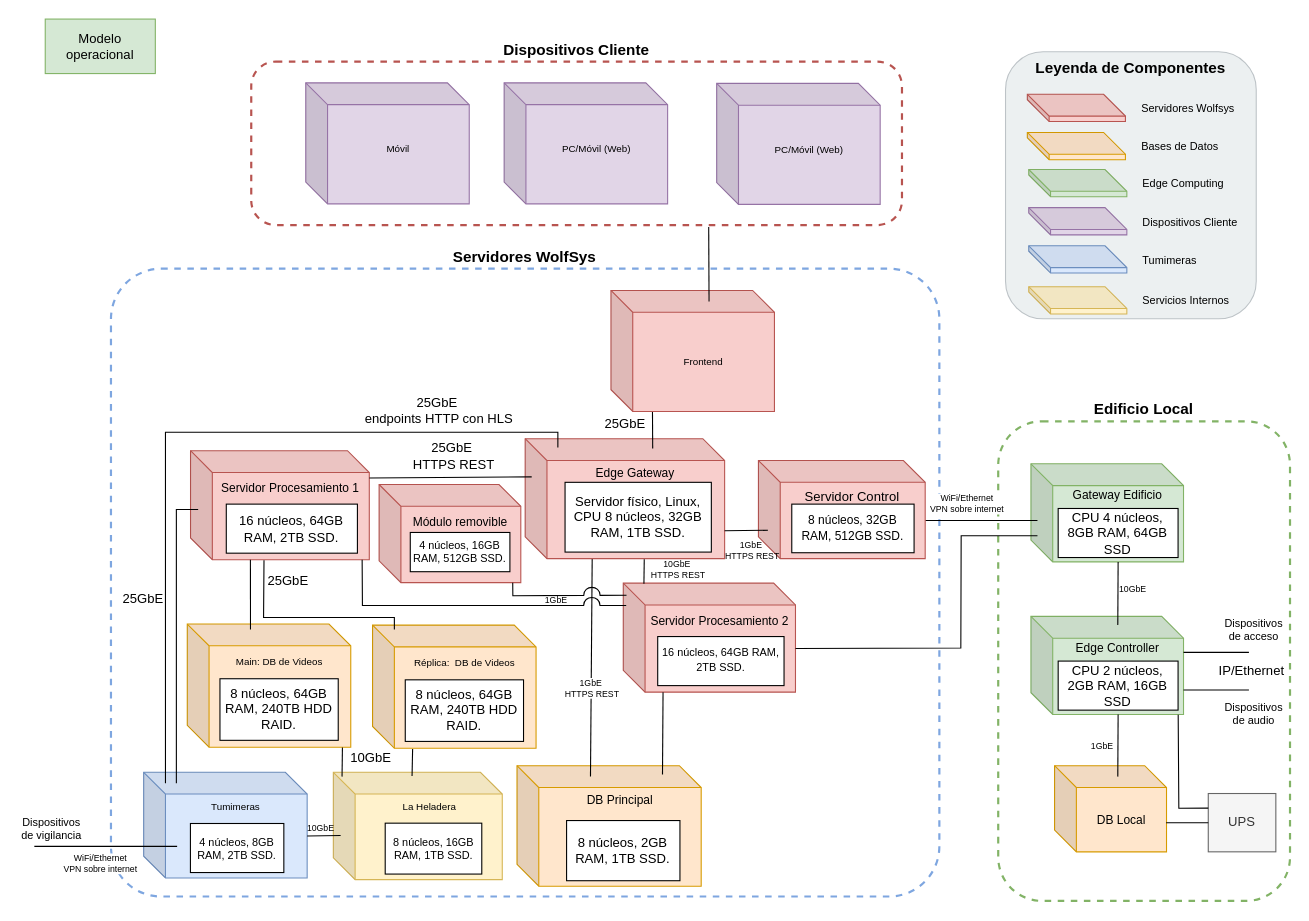
The draw.io diagram Documentación de la arquitectura/Diagramas/Editables-drawio/Modelo-operacional.drawio in LIMoreno04/Caso-de-estudio---WolfSys---Arquitectura, before the edit. Source tidied: cells renumbered, new cells numbered last; positions are measured from the earlier drawing's top-left corner, leaving out a move shared by most shapes. Both pictures are drawn from the tidied source at 109%, with x=0, y=0 at pixel (19, 19).
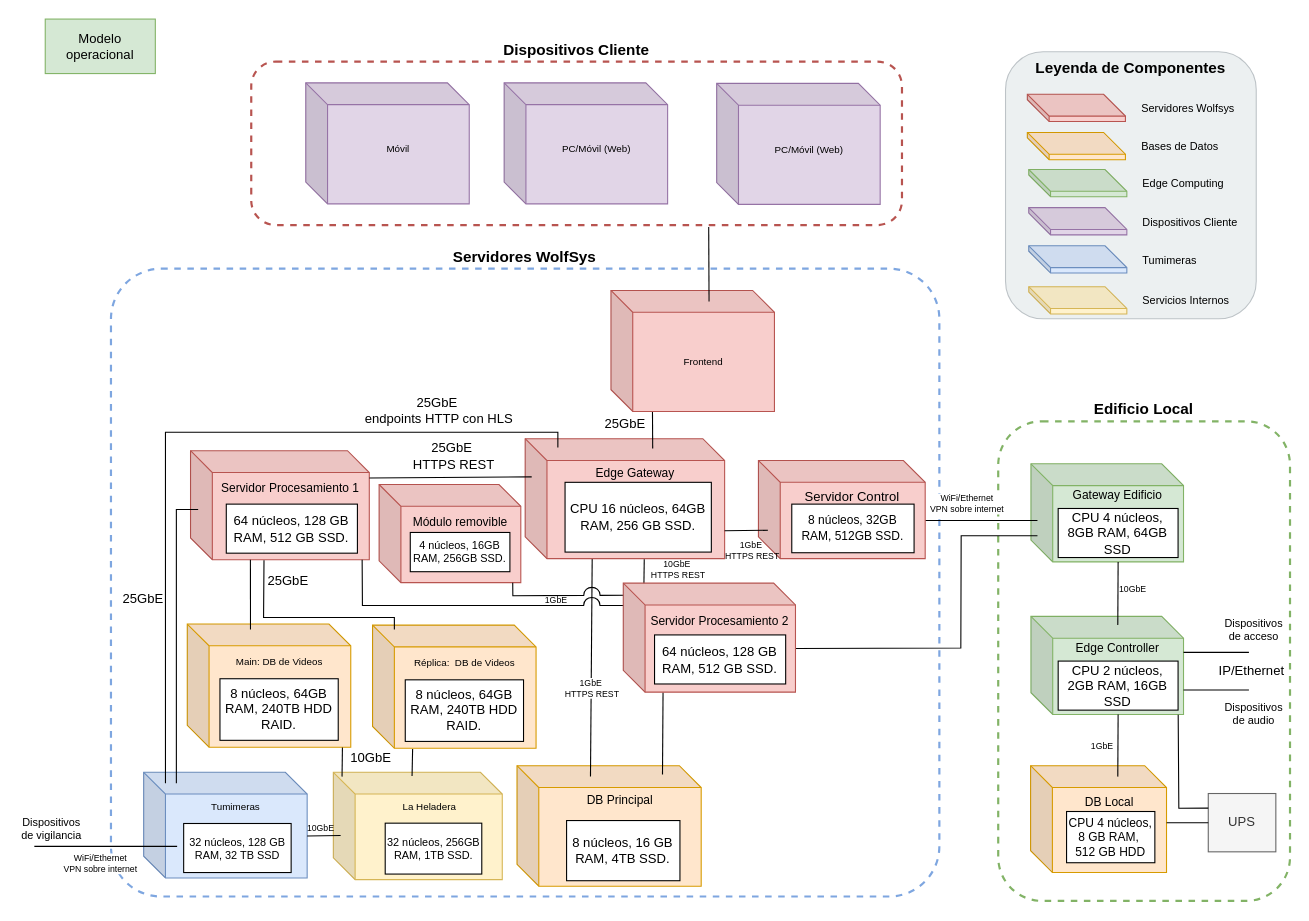
The same diagram, later.

Commit message (it also covers changes not shown here):
cambiado el modelo operacional

The change refers to these unchanged cells:
```xml
<mxCell id="22" style="group;" parent="21" vertex="1">
  <mxGeometry width="169" height="110.5" as="geometry" />
</mxCell>
<mxCell id="32" style="group;" parent="1" vertex="1">
  <mxGeometry x="114.3" y="691" width="150" height="97" as="geometry" />
</mxCell>
<mxCell id="38" style="group;align=center;verticalAlign=middle;" parent="1" vertex="1">
  <mxGeometry x="157.3" y="396" width="164" height="100" as="geometry" />
</mxCell>
<mxCell id="41" style="group;" parent="1" vertex="1">
  <mxGeometry x="464.3" y="395" width="183" height="100" as="geometry" />
</mxCell>
<mxCell id="44" style="group;" parent="1" vertex="1">
  <mxGeometry x="330.3" y="427" width="140" height="90" as="geometry" />
</mxCell>
<mxCell id="55" style="group;" parent="1" vertex="1">
  <mxGeometry x="288.3" y="691" width="155" height="98.5" as="geometry" />
</mxCell>
<mxCell id="103" value="UPS" style="rounded=0;whiteSpace=wrap;html=1;fillColor=#f5f5f5;fontColor=#333333;strokeColor=#666666;" parent="1" vertex="1">
  <mxGeometry x="1091" y="710.5" width="62" height="53.5" as="geometry" />
</mxCell>
```

Change to the diagram source:
```diff
@@
     <mxCell id="15" style="group;" parent="1" vertex="1">
-      <mxGeometry x="950" y="685" width="102.7" height="79" as="geometry" />
+      <mxGeometry x="921" y="685" width="131.7" height="98" as="geometry" />
     </mxCell>
-    <mxCell id="16" value="DB Local" style="shape=cube;whiteSpace=wrap;html=1;boundedLbl=1;backgroundOutline=1;darkOpacity=0.05;darkOpacity2=0.1;fillColor=#ffe6cc;strokeColor=#d79b00;fontSize=11;fontStyle=0;" parent="15" vertex="1">
-      <mxGeometry width="102.7" height="79" as="geometry" />
+    <mxCell id="16" value="DB Local" style="shape=cube;whiteSpace=wrap;html=1;boundedLbl=1;backgroundOutline=1;darkOpacity=0.05;darkOpacity2=0.1;fillColor=#ffe6cc;strokeColor=#d79b00;fontSize=11;fontStyle=0;verticalAlign=top;" parent="15" vertex="1">
+      <mxGeometry x="7" width="124.7" height="98" as="geometry" />
     </mxCell>
+    <mxCell id="106" value="CPU 4 núcleos, 8 GB RAM,&amp;nbsp; 512 GB HDD" style="rounded=0;whiteSpace=wrap;html=1;fontSize=11;" parent="15" vertex="1">
+      <mxGeometry x="40" y="42" width="81" height="47" as="geometry" />
+    </mxCell>
@@
-    <mxCell id="24" value="&lt;span&gt;8 núcleos, 2GB RAM, 1TB SSD.&lt;/span&gt;" style="rounded=0;whiteSpace=wrap;html=1;fontSize=12;" parent="22" vertex="1">
+    <mxCell id="24" value="&lt;span&gt;8 núcleos, 16 GB RAM, 4TB SSD.&lt;/span&gt;" style="rounded=0;whiteSpace=wrap;html=1;fontSize=12;" parent="22" vertex="1">
       <mxGeometry x="45.5" y="50.3" width="104" height="55.2" as="geometry" />
     </mxCell>
@@
-    <mxCell id="26" style="group;" parent="1" vertex="1">
-      <mxGeometry x="554.3" y="517.5" width="158" height="100" as="geometry" />
-    </mxCell>
-    <mxCell id="27" value="Servidor Procesamiento 2&lt;br&gt;&lt;br&gt;&lt;div&gt;&lt;br&gt;&lt;/div&gt;&lt;div&gt;&lt;br&gt;&lt;/div&gt;&lt;div&gt;&lt;br&gt;&lt;/div&gt;" style="shape=cube;whiteSpace=wrap;html=1;boundedLbl=1;backgroundOutline=1;darkOpacity=0.05;darkOpacity2=0.1;fillColor=#f8cecc;strokeColor=#b85450;fontSize=11;fontStyle=0;" parent="26" vertex="1">
-      <mxGeometry width="158" height="100" as="geometry" />
-    </mxCell>
-    <mxCell id="28" value="&lt;span style=&quot;font-size: 10px;&quot;&gt;16 núcleos, 64GB RAM, 2TB SSD.&lt;/span&gt;" style="rounded=0;whiteSpace=wrap;html=1;verticalAlign=top;" parent="26" vertex="1">
-      <mxGeometry x="31.6" y="49" width="115.9" height="45" as="geometry" />
-    </mxCell>
@@
-    <mxCell id="34" value="&lt;span style=&quot;font-size: 10px;&quot;&gt;4 núcleos, 8GB RAM, 2TB SSD.&lt;/span&gt;" style="rounded=0;whiteSpace=wrap;html=1;fontSize=9;" parent="32" vertex="1">
-      <mxGeometry x="42.9" y="47" width="85.7" height="45" as="geometry" />
+    <mxCell id="34" value="&lt;span style=&quot;font-size: 10px;&quot;&gt;32 núcleos, 128 GB RAM, 32 TB SSD&lt;/span&gt;" style="rounded=0;whiteSpace=wrap;html=1;fontSize=9;" parent="32" vertex="1">
+      <mxGeometry x="36.7" y="47" width="98.6" height="45" as="geometry" />
     </mxCell>
@@
-    <mxCell id="40" value="&lt;font style=&quot;font-size: 12px;&quot;&gt;16 núcleos, 64GB RAM, 2TB SSD.&lt;/font&gt;" style="rounded=0;whiteSpace=wrap;html=1;verticalAlign=middle;fontSize=10;spacing=0;align=center;" parent="38" vertex="1">
+    <mxCell id="40" value="&lt;font style=&quot;font-size: 12px;&quot;&gt;64 núcleos, 128 GB RAM, 512 GB SSD.&lt;/font&gt;" style="rounded=0;whiteSpace=wrap;html=1;verticalAlign=middle;fontSize=10;spacing=0;align=center;" parent="38" vertex="1">
       <mxGeometry x="32.8" y="49" width="120.3" height="45" as="geometry" />
     </mxCell>
@@
-    <mxCell id="43" value="&lt;font style=&quot;font-size: 12px;&quot;&gt;Servidor físico,&amp;nbsp;&lt;span style=&quot;background-color: transparent; color: light-dark(rgb(0, 0, 0), rgb(255, 255, 255));&quot;&gt;Linux, CPU 8 núcleos, 32GB RAM, 1TB SSD.&lt;/span&gt;&lt;/font&gt;" style="rounded=0;whiteSpace=wrap;html=1;fontSize=10;" parent="41" vertex="1">
+    <mxCell id="43" value="&lt;font style=&quot;font-size: 12px;&quot;&gt;&lt;span style=&quot;background-color: transparent; color: light-dark(rgb(0, 0, 0), rgb(255, 255, 255));&quot;&gt;CPU 16 núcleos, 64GB RAM, 256 GB SSD.&lt;/span&gt;&lt;/font&gt;" style="rounded=0;whiteSpace=wrap;html=1;fontSize=10;" parent="41" vertex="1">
       <mxGeometry x="36.6" y="30" width="134.2" height="64" as="geometry" />
     </mxCell>
@@
-    <mxCell id="46" value="4 núcleos, 16GB RAM, 512GB SSD." style="rounded=0;whiteSpace=wrap;html=1;verticalAlign=middle;fontSize=10;" parent="44" vertex="1">
+    <mxCell id="46" value="4 núcleos, 16GB RAM, 256GB SSD." style="rounded=0;whiteSpace=wrap;html=1;verticalAlign=middle;fontSize=10;" parent="44" vertex="1">
       <mxGeometry x="28.6" y="44" width="91.4" height="36" as="geometry" />
     </mxCell>
@@
-    <mxCell id="57" value="&lt;span style=&quot;font-size: 10px;&quot;&gt;8 núcleos, 16GB RAM, 1TB SSD.&lt;/span&gt;" style="rounded=0;whiteSpace=wrap;html=1;fontSize=9;" parent="55" vertex="1">
+    <mxCell id="57" value="&lt;span style=&quot;font-size: 10px;&quot;&gt;32 núcleos, 256GB RAM, 1TB SSD.&lt;/span&gt;" style="rounded=0;whiteSpace=wrap;html=1;fontSize=9;" parent="55" vertex="1">
       <mxGeometry x="47.6" y="46.7" width="88.6" height="46.7" as="geometry" />
     </mxCell>
@@
-    <mxCell id="105" style="endArrow=none;html=1;rounded=0;exitX=0.997;exitY=0.663;exitDx=0;exitDy=0;exitPerimeter=0;entryX=0;entryY=0.5;entryDx=0;entryDy=0;" parent="1" edge="1" source="16" target="103">
+    <mxCell id="105" style="endArrow=none;html=1;rounded=0;exitX=1.001;exitY=0.534;exitDx=0;exitDy=0;exitPerimeter=0;entryX=0;entryY=0.5;entryDx=0;entryDy=0;" parent="1" edge="1" source="16" target="103">
       <mxGeometry relative="1" as="geometry" />
     </mxCell>
+    <mxCell id="107" style="group;" parent="1" vertex="1">
+      <mxGeometry x="554.3" y="517.5" width="158" height="100" as="geometry" />
+    </mxCell>
+    <mxCell id="26" style="group;" parent="107" vertex="1">
+      <mxGeometry width="158" height="100" as="geometry" />
+    </mxCell>
+    <mxCell id="27" value="Servidor Procesamiento 2&lt;br&gt;&lt;br&gt;&lt;div&gt;&lt;br&gt;&lt;/div&gt;&lt;div&gt;&lt;br&gt;&lt;/div&gt;&lt;div&gt;&lt;br&gt;&lt;/div&gt;" style="shape=cube;whiteSpace=wrap;html=1;boundedLbl=1;backgroundOutline=1;darkOpacity=0.05;darkOpacity2=0.1;fillColor=#f8cecc;strokeColor=#b85450;fontSize=11;fontStyle=0;" parent="26" vertex="1">
+      <mxGeometry width="158" height="100" as="geometry" />
+    </mxCell>
+    <mxCell id="108" value="&lt;font style=&quot;font-size: 12px;&quot;&gt;64 núcleos, 128 GB RAM, 512 GB SSD.&lt;/font&gt;" style="rounded=0;whiteSpace=wrap;html=1;verticalAlign=middle;fontSize=10;spacing=0;align=center;" parent="107" vertex="1">
+      <mxGeometry x="28.7" y="47.5" width="120.3" height="45" as="geometry" />
+    </mxCell>
```
